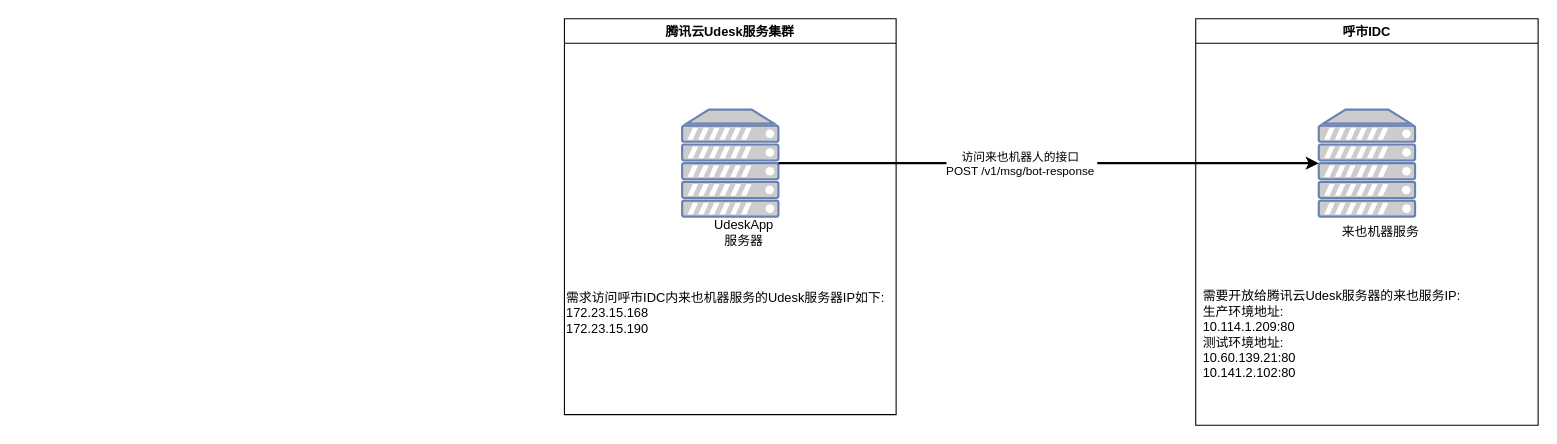
Earlier version of the draw.io diagram Udesk访问来也机器人架构图.drawio (lyf22351/DrawIo). Source tidied: cells renumbered, new cells numbered last; positions are measured from the earlier drawing's top-left corner, leaving out a move shared by most shapes. Both pictures are drawn from the tidied source at 107%, with x=0, y=0 at pixel (564, 18).
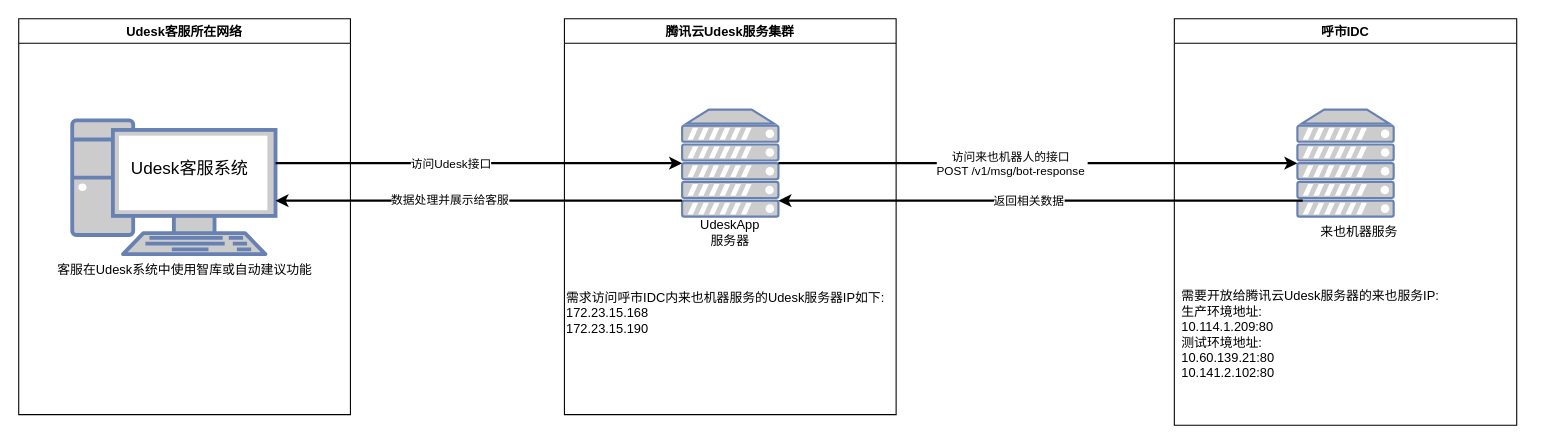
After the change.

Commit message:
更新Udesk访问来也机器人架构图.drawio

Unchanged cells that the change refers to:
```xml
<mxCell id="2" value="腾讯云Udesk服务集群" style="swimlane;" parent="1" vertex="1">
  <mxGeometry width="310" height="370" as="geometry" />
</mxCell>
<mxCell id="3" style="fontColor=#0066CC;verticalAlign=top;verticalLabelPosition=bottom;labelPosition=center;align=center;html=1;outlineConnect=0;fillColor=#CCCCCC;strokeColor=#6881B3;gradientColor=none;gradientDirection=north;strokeWidth=2;shape=mxgraph.networks.server;" parent="2" vertex="1">
  <mxGeometry x="110" y="85" width="90" height="100" as="geometry" />
</mxCell>
<mxCell id="7" style="fontColor=#0066CC;verticalAlign=top;verticalLabelPosition=bottom;labelPosition=center;align=center;html=1;outlineConnect=0;fillColor=#CCCCCC;strokeColor=#6881B3;gradientColor=none;gradientDirection=north;strokeWidth=2;shape=mxgraph.networks.server;" parent="6" vertex="1">
  <mxGeometry x="115" y="85" width="90" height="100" as="geometry" />
</mxCell>
```

What changed in the source:
```diff
@@
     <mxCell id="4" value="UdeskApp服务器" style="text;html=1;strokeColor=none;fillColor=none;align=center;verticalAlign=middle;whiteSpace=wrap;rounded=0;" parent="2" vertex="1">
-      <mxGeometry x="138" y="185" width="60" height="30" as="geometry" />
+      <mxGeometry x="125" y="185" width="60" height="30" as="geometry" />
     </mxCell>
@@
     <mxCell id="6" value="呼市IDC" style="swimlane;" parent="1" vertex="1">
-      <mxGeometry x="590" width="320" height="380" as="geometry" />
+      <mxGeometry x="570" width="320" height="380" as="geometry" />
     </mxCell>
@@
+    <mxCell id="12" value="Udesk客服所在网络" style="swimlane;" parent="1" vertex="1">
+      <mxGeometry x="-510" width="310" height="370" as="geometry" />
+    </mxCell>
+    <mxCell id="13" style="fontColor=#0066CC;verticalAlign=top;verticalLabelPosition=bottom;labelPosition=center;align=center;html=1;outlineConnect=0;fillColor=#CCCCCC;strokeColor=#6881B3;gradientColor=none;gradientDirection=north;strokeWidth=2;shape=mxgraph.networks.pc;" parent="12" vertex="1">
+      <mxGeometry x="50" y="95" width="190" height="125" as="geometry" />
+    </mxCell>
+    <mxCell id="14" value="客服在Udesk系统中使用智库或自动建议功能" style="text;html=1;strokeColor=none;fillColor=none;align=center;verticalAlign=middle;whiteSpace=wrap;rounded=0;" parent="12" vertex="1">
+      <mxGeometry x="27.5" y="230" width="255" height="10" as="geometry" />
+    </mxCell>
+    <mxCell id="15" value="Udesk客服系统" style="text;html=1;strokeColor=none;fillColor=none;align=center;verticalAlign=middle;whiteSpace=wrap;rounded=0;fontSize=16;" parent="12" vertex="1">
+      <mxGeometry x="100" y="130" width="120" height="20" as="geometry" />
+    </mxCell>
+    <mxCell id="16" style="endArrow=classic;html=1;rounded=0;entryX=0;entryY=0.5;entryDx=0;entryDy=0;entryPerimeter=0;strokeWidth=2;exitX=1;exitY=0.32;exitDx=0;exitDy=0;exitPerimeter=0;" parent="1" edge="1" source="13" target="3">
+      <mxGeometry relative="1" as="geometry" />
+    </mxCell>
+    <mxCell id="17" value="访问Udesk接口" style="edgeLabel;html=1;align=center;verticalAlign=middle;" parent="16" vertex="1">
+      <mxGeometry x="-0.12" y="-4" relative="1" as="geometry">
+        <mxPoint x="-4" y="-4" as="offset" />
+      </mxGeometry>
+    </mxCell>
+    <mxCell id="18" style="endArrow=classic;html=1;rounded=0;strokeWidth=2;exitX=0.056;exitY=0.85;exitDx=0;exitDy=0;exitPerimeter=0;entryX=1;entryY=0.85;entryDx=0;entryDy=0;entryPerimeter=0;" parent="1" edge="1" source="7" target="3">
+      <mxGeometry relative="1" as="geometry" />
+    </mxCell>
+    <mxCell id="19" value="返回相关数据" style="edgeLabel;html=1;align=center;verticalAlign=middle;" parent="18" vertex="1">
+      <mxGeometry x="0.05" relative="1" as="geometry" />
+    </mxCell>
+    <mxCell id="20" style="endArrow=classic;html=1;rounded=0;strokeWidth=2;exitX=0;exitY=0.85;exitDx=0;exitDy=0;exitPerimeter=0;entryX=1;entryY=0.6;entryDx=0;entryDy=0;entryPerimeter=0;" parent="1" edge="1" source="3" target="13">
+      <mxGeometry relative="1" as="geometry" />
+    </mxCell>
+    <mxCell id="21" value="数据处理并展示给客服" style="edgeLabel;html=1;align=center;verticalAlign=middle;" parent="20" vertex="1">
+      <mxGeometry x="0.15" y="-1" relative="1" as="geometry" />
+    </mxCell>
```
